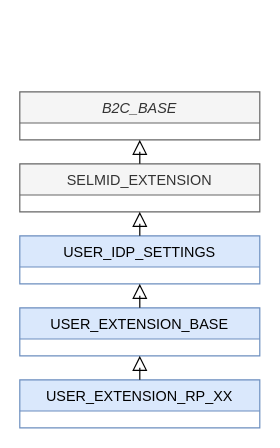
Before: Manual/assets/images/PolicyDependencies.drawio in ctc-selmid/platform, a draw.io diagram. Source tidied: cells renumbered, new cells numbered last; positions are measured from the earlier drawing's top-left corner, leaving out a move shared by most shapes. Both pictures are drawn from the tidied source at 120%, with x=0, y=0 at pixel (19, 91).
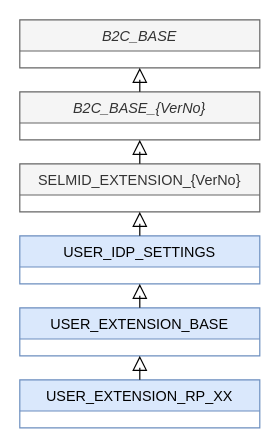
After the change.

What changed in the source:
```diff
@@
 <mxGraphModel>
   <root>
     <mxCell id="0" />
     <mxCell id="1" parent="0" />
-    <mxCell id="2" value="B2C_BASE" style="swimlane;fontStyle=2;align=center;verticalAlign=top;horizontal=1;startSize=26;rounded=0;shadow=0;strokeWidth=1;fillColor=#f5f5f5;strokeColor=#666666;fontColor=#333333;" parent="1" vertex="1">
+    <mxCell id="2" value="B2C_BASE_{VerNo}" style="swimlane;fontStyle=2;align=center;verticalAlign=top;horizontal=1;startSize=26;rounded=0;shadow=0;strokeWidth=1;fillColor=#f5f5f5;strokeColor=#666666;fontColor=#333333;" parent="1" vertex="1">
       <mxGeometry width="200" height="40" as="geometry" />
     </mxCell>
-    <mxCell id="3" value="SELMID_EXTENSION" style="swimlane;fontStyle=0;align=center;verticalAlign=top;horizontal=1;startSize=26;rounded=0;shadow=0;strokeWidth=1;fillColor=#f5f5f5;strokeColor=#666666;fontColor=#333333;" parent="1" vertex="1">
+    <mxCell id="3" value="SELMID_EXTENSION_{VerNo}" style="swimlane;fontStyle=0;align=center;verticalAlign=top;horizontal=1;startSize=26;rounded=0;shadow=0;strokeWidth=1;fillColor=#f5f5f5;strokeColor=#666666;fontColor=#333333;" parent="1" vertex="1">
       <mxGeometry y="60" width="200" height="40" as="geometry" />
     </mxCell>
     <mxCell id="4" style="endArrow=block;endSize=10;endFill=0;shadow=0;strokeWidth=1;rounded=0;edgeStyle=elbowEdgeStyle;elbow=vertical;" parent="1" edge="1" source="3" target="2">
       <mxGeometry relative="1" as="geometry" />
     </mxCell>
     <mxCell id="5" value="USER_IDP_SETTINGS" style="swimlane;fontStyle=0;align=center;verticalAlign=top;horizontal=1;startSize=26;rounded=0;shadow=0;strokeWidth=1;fillColor=#dae8fc;strokeColor=#6c8ebf;" parent="1" vertex="1">
       <mxGeometry y="120" width="200" height="40" as="geometry" />
     </mxCell>
     <mxCell id="6" style="endArrow=block;endSize=10;endFill=0;shadow=0;strokeWidth=1;rounded=0;edgeStyle=elbowEdgeStyle;elbow=vertical;exitX=0.5;exitY=0;exitDx=0;exitDy=0;entryX=0.5;entryY=1;entryDx=0;entryDy=0;" parent="1" edge="1" source="5" target="3">
       <mxGeometry relative="1" as="geometry" />
     </mxCell>
     <mxCell id="7" value="USER_EXTENSION_BASE" style="swimlane;fontStyle=0;align=center;verticalAlign=top;horizontal=1;startSize=26;rounded=0;shadow=0;strokeWidth=1;fillColor=#dae8fc;strokeColor=#6c8ebf;" parent="1" vertex="1">
       <mxGeometry y="180" width="200" height="40" as="geometry" />
     </mxCell>
     <mxCell id="8" style="endArrow=block;endSize=10;endFill=0;shadow=0;strokeWidth=1;rounded=0;edgeStyle=elbowEdgeStyle;elbow=vertical;exitX=0.5;exitY=0;exitDx=0;exitDy=0;entryX=0.5;entryY=1;entryDx=0;entryDy=0;" parent="1" edge="1" source="7" target="5">
       <mxGeometry relative="1" as="geometry" />
     </mxCell>
     <mxCell id="9" value="USER_EXTENSION_RP_XX" style="swimlane;fontStyle=0;align=center;verticalAlign=top;horizontal=1;startSize=26;rounded=0;shadow=0;strokeWidth=1;fillColor=#dae8fc;strokeColor=#6c8ebf;" parent="1" vertex="1">
       <mxGeometry y="240" width="200" height="40" as="geometry" />
     </mxCell>
     <mxCell id="10" style="endArrow=block;endSize=10;endFill=0;shadow=0;strokeWidth=1;rounded=0;edgeStyle=elbowEdgeStyle;elbow=vertical;exitX=0.5;exitY=0;exitDx=0;exitDy=0;" parent="1" edge="1" source="9">
       <mxGeometry relative="1" as="geometry">
         <mxPoint x="100" y="220" as="targetPoint" />
       </mxGeometry>
     </mxCell>
+    <mxCell id="11" value="B2C_BASE" style="swimlane;fontStyle=2;align=center;verticalAlign=top;horizontal=1;startSize=26;rounded=0;shadow=0;strokeWidth=1;fillColor=#f5f5f5;strokeColor=#666666;fontColor=#333333;" parent="1" vertex="1">
+      <mxGeometry y="-60" width="200" height="40" as="geometry" />
+    </mxCell>
+    <mxCell id="12" style="endArrow=block;endSize=10;endFill=0;shadow=0;strokeWidth=1;rounded=0;edgeStyle=elbowEdgeStyle;elbow=vertical;exitX=0.5;exitY=0;exitDx=0;exitDy=0;entryX=0.5;entryY=1;entryDx=0;entryDy=0;" parent="1" edge="1" source="2" target="11">
+      <mxGeometry relative="1" as="geometry" />
+    </mxCell>
   </root>
 </mxGraphModel>
```
